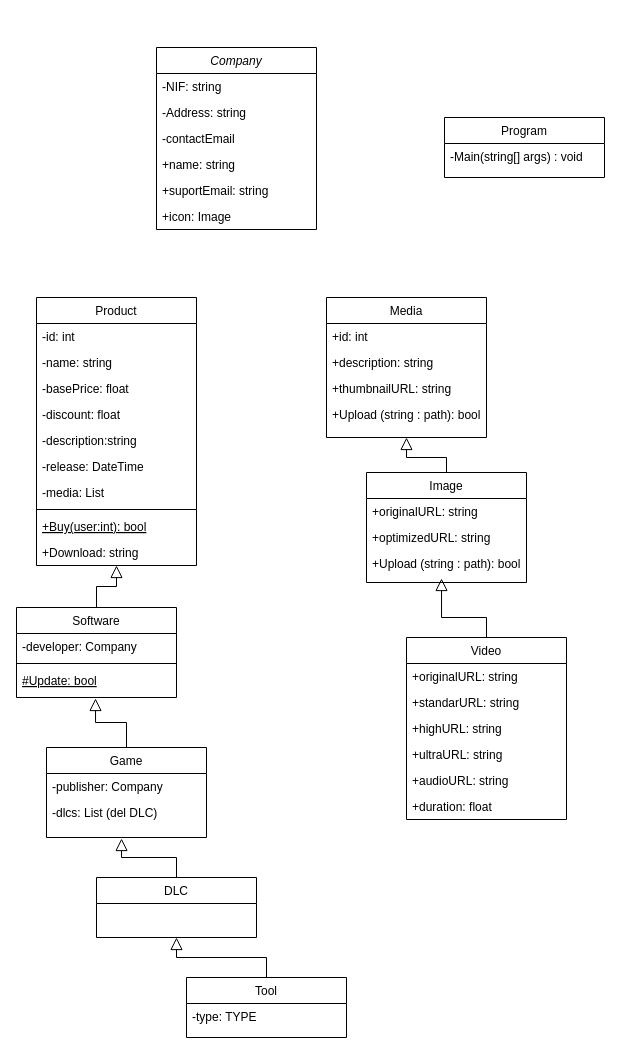
Earlier version of the draw.io diagram M05 UF3 - P2 - Code to UML.drawio (sergilivo22/CodeToUML). Source tidied: cells renumbered, new cells numbered last; positions are measured from the earlier drawing's top-left corner, leaving out a move shared by most shapes. Both pictures are drawn from the tidied source at 100%, with x=0, y=0 at pixel (16, 47).
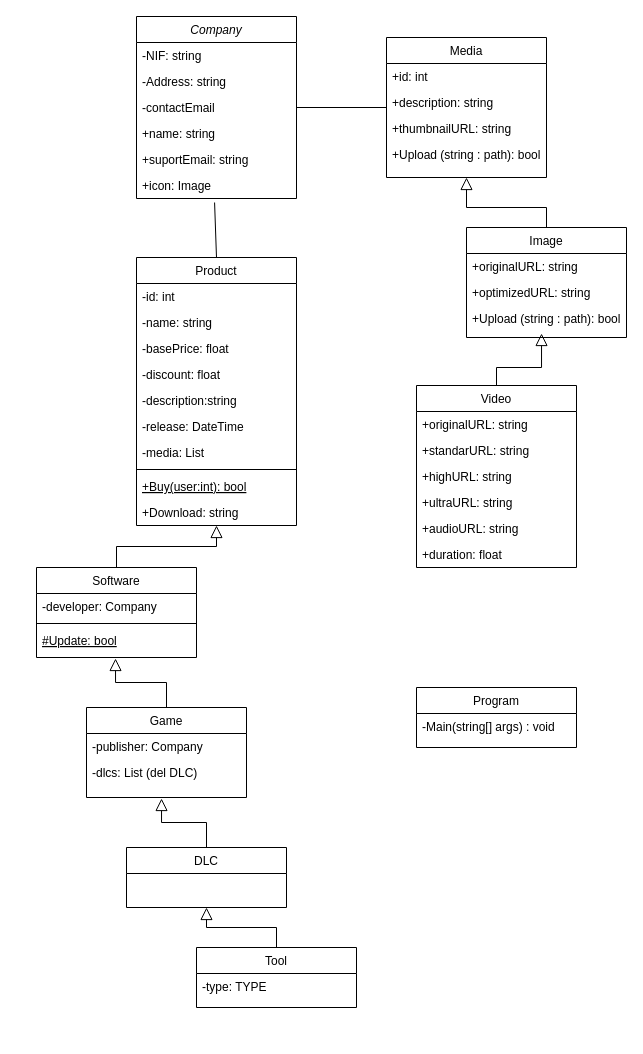
Above is the later version.

Unchanged cells that the change refers to:
```xml
<mxCell id="8" value="+icon: Image" style="text;align=left;verticalAlign=top;spacingLeft=4;spacingRight=4;overflow=hidden;points=[[0,0.5],[1,0.5]];portConstraint=eastwest;rounded=0;shadow=0;html=0;" parent="2" vertex="1">
  <mxGeometry y="156" width="160" height="26" as="geometry" />
</mxCell>
<mxCell id="44" value="+Upload (string : path): bool" style="text;align=left;verticalAlign=top;spacingLeft=4;spacingRight=4;overflow=hidden;points=[[0,0.5],[1,0.5]];portConstraint=eastwest;rounded=0;shadow=0;html=0;" parent="41" vertex="1">
  <mxGeometry y="78" width="160" height="26" as="geometry" />
</mxCell>
```

The edit, as a diff of the source:
```diff
@@
     <mxCell id="2" value="Company&#10;" style="swimlane;fontStyle=2;align=center;verticalAlign=top;horizontal=1;startSize=26;rounded=0;shadow=0;strokeWidth=1;" parent="1" vertex="1">
-      <mxGeometry x="140" width="160" height="182" as="geometry" />
+      <mxGeometry x="120" y="-31" width="160" height="182" as="geometry" />
     </mxCell>
@@
     <mxCell id="9" value="Product" style="swimlane;fontStyle=0;align=center;verticalAlign=top;horizontal=1;startSize=26;rounded=0;shadow=0;strokeWidth=1;" parent="1" vertex="1">
-      <mxGeometry x="20" y="250" width="160" height="268" as="geometry" />
+      <mxGeometry x="120" y="210" width="160" height="268" as="geometry" />
     </mxCell>
@@
     <mxCell id="20" value="Program" style="swimlane;fontStyle=0;align=center;verticalAlign=top;horizontal=1;startSize=26;rounded=0;shadow=0;strokeWidth=1;" parent="1" vertex="1">
-      <mxGeometry x="428" y="70" width="160" height="60" as="geometry" />
+      <mxGeometry x="400" y="640" width="160" height="60" as="geometry" />
     </mxCell>
@@
     <mxCell id="22" value="Software" style="swimlane;fontStyle=0;align=center;verticalAlign=top;horizontal=1;startSize=26;rounded=0;shadow=0;strokeWidth=1;" parent="1" vertex="1">
-      <mxGeometry y="560" width="160" height="90" as="geometry" />
+      <mxGeometry x="20" y="520" width="160" height="90" as="geometry" />
     </mxCell>
@@
     <mxCell id="27" value="Game" style="swimlane;fontStyle=0;align=center;verticalAlign=top;horizontal=1;startSize=26;rounded=0;shadow=0;strokeWidth=1;" parent="1" vertex="1">
-      <mxGeometry x="30" y="700" width="160" height="90" as="geometry" />
+      <mxGeometry x="70" y="660" width="160" height="90" as="geometry" />
     </mxCell>
@@
     <mxCell id="31" value="DLC" style="swimlane;fontStyle=0;align=center;verticalAlign=top;horizontal=1;startSize=26;rounded=0;shadow=0;strokeWidth=1;" parent="1" vertex="1">
-      <mxGeometry x="80" y="830" width="160" height="60" as="geometry" />
+      <mxGeometry x="110" y="800" width="160" height="60" as="geometry" />
     </mxCell>
@@
     <mxCell id="33" value="Tool" style="swimlane;fontStyle=0;align=center;verticalAlign=top;horizontal=1;startSize=26;rounded=0;shadow=0;strokeWidth=1;" parent="1" vertex="1">
-      <mxGeometry x="170" y="930" width="160" height="60" as="geometry" />
+      <mxGeometry x="180" y="900" width="160" height="60" as="geometry" />
     </mxCell>
@@
     <mxCell id="36" value="Media" style="swimlane;fontStyle=0;align=center;verticalAlign=top;horizontal=1;startSize=26;rounded=0;shadow=0;strokeWidth=1;" parent="1" vertex="1">
-      <mxGeometry x="310" y="250" width="160" height="140" as="geometry" />
+      <mxGeometry x="370" y="-10" width="160" height="140" as="geometry" />
     </mxCell>
@@
     <mxCell id="41" value="Image" style="swimlane;fontStyle=0;align=center;verticalAlign=top;horizontal=1;startSize=26;rounded=0;shadow=0;strokeWidth=1;" parent="1" vertex="1">
-      <mxGeometry x="350" y="425" width="160" height="110" as="geometry" />
+      <mxGeometry x="450" y="180" width="160" height="110" as="geometry" />
     </mxCell>
@@
     <mxCell id="45" style="endArrow=block;endSize=10;endFill=0;shadow=0;strokeWidth=1;rounded=0;edgeStyle=elbowEdgeStyle;elbow=vertical;entryX=0.5;entryY=1;entryDx=0;entryDy=0;exitX=0.5;exitY=0;exitDx=0;exitDy=0;" parent="1" edge="1" source="41" target="36">
       <mxGeometry relative="1" as="geometry">
         <Array as="points">
-          <mxPoint x="430" y="410" />
+          <mxPoint x="550" y="160" />
         </Array>
       </mxGeometry>
     </mxCell>
     <mxCell id="46" value="Video" style="swimlane;fontStyle=0;align=center;verticalAlign=top;horizontal=1;startSize=26;rounded=0;shadow=0;strokeWidth=1;" parent="1" vertex="1">
-      <mxGeometry x="390" y="590" width="160" height="182" as="geometry" />
+      <mxGeometry x="400" y="338" width="160" height="182" as="geometry" />
     </mxCell>
@@
     <mxCell id="53" style="endArrow=block;endSize=10;endFill=0;shadow=0;strokeWidth=1;rounded=0;edgeStyle=elbowEdgeStyle;elbow=vertical;exitX=0.5;exitY=0;exitDx=0;exitDy=0;entryX=0.469;entryY=1.077;entryDx=0;entryDy=0;entryPerimeter=0;" parent="1" edge="1" source="46" target="44">
       <mxGeometry relative="1" as="geometry">
         <Array as="points">
-          <mxPoint x="490" y="570" />
+          <mxPoint x="510" y="320" />
         </Array>
       </mxGeometry>
     </mxCell>
+    <mxCell id="54" style="endArrow=none;html=1;rounded=0;" parent="1" edge="1" source="2" target="36">
+      <mxGeometry relative="1" as="geometry" />
+    </mxCell>
+    <mxCell id="55" style="endArrow=none;html=1;rounded=0;entryX=0.488;entryY=1.154;entryDx=0;entryDy=0;entryPerimeter=0;exitX=0.5;exitY=0;exitDx=0;exitDy=0;" parent="1" edge="1" source="9" target="8">
+      <mxGeometry relative="1" as="geometry" />
+    </mxCell>
```
